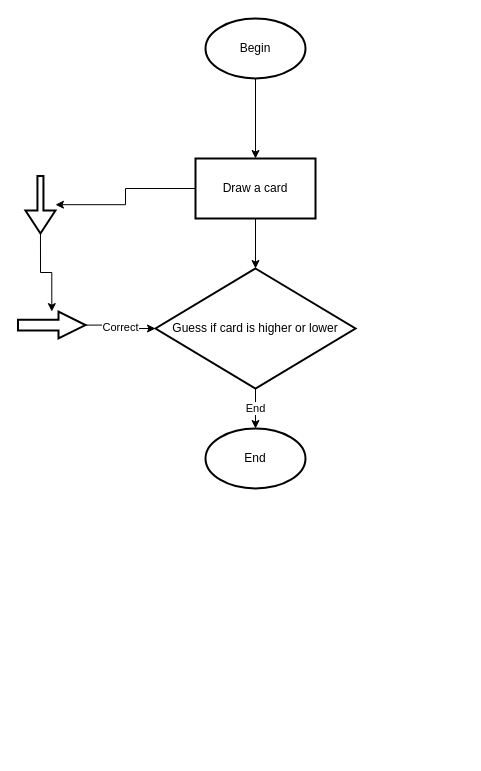
AndrewKretov/Buggiest-Code-In-Existance-Incomming keeps this draw.io diagram as Untitled Diagram.drawio. Above is the earlier version. Source tidied: cells renumbered, new cells numbered last; positions are measured from the earlier drawing's top-left corner, leaving out a move shared by most shapes. Both pictures are drawn from the tidied source at 100%, with x=0, y=0 at pixel (11, 18).
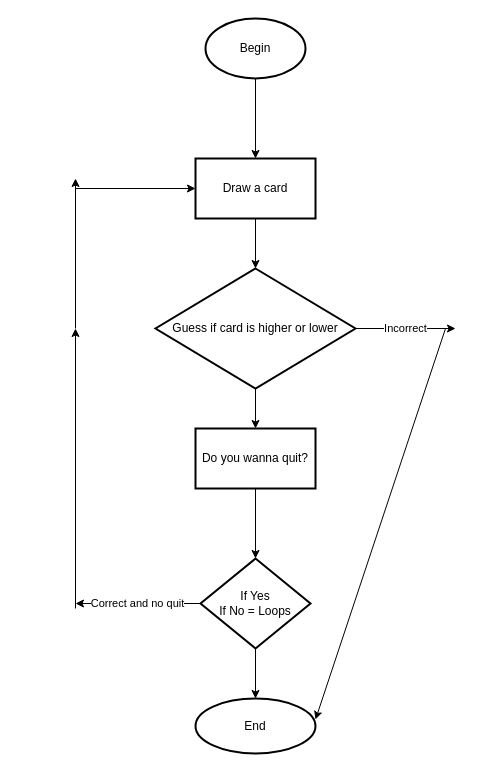
After the change.

The change refers to these unchanged cells:
```xml
<mxCell id="6" value="Draw a card" style="whiteSpace=wrap;html=1;strokeWidth=2;" parent="1" vertex="1">
  <mxGeometry x="184" y="140" width="120" height="60" as="geometry" />
</mxCell>
<mxCell id="8" value="Guess if card is higher or lower" style="rhombus;whiteSpace=wrap;html=1;strokeWidth=2;" parent="1" vertex="1">
  <mxGeometry x="144" y="250" width="200" height="120" as="geometry" />
</mxCell>
```

Change to the diagram source:
```diff
@@
-    <mxCell id="5" style="edgeStyle=orthogonalEdgeStyle;rounded=0;jettySize=auto;html=1;" parent="1" edge="1" source="6" target="11">
-      <mxGeometry relative="1" as="geometry" />
-    </mxCell>
@@
-    <mxCell id="7" value="End" style="edgeStyle=orthogonalEdgeStyle;rounded=0;jettySize=auto;html=1;" parent="1" edge="1" source="8" target="9">
-      <mxGeometry relative="1" as="geometry" />
-    </mxCell>
+    <mxCell id="14" style="edgeStyle=orthogonalEdgeStyle;rounded=0;jettySize=auto;html=1;" parent="1" edge="1" source="8" target="19">
+      <mxGeometry relative="1" as="geometry" />
+    </mxCell>
@@
-    <mxCell id="9" value="End" style="strokeWidth=2;html=1;shape=mxgraph.flowchart.start_1;whiteSpace=wrap;" parent="1" vertex="1">
-      <mxGeometry x="194" y="410" width="100" height="60" as="geometry" />
+    <mxCell id="9" value="End" style="strokeWidth=2;html=1;shape=mxgraph.flowchart.start_1;whiteSpace=wrap;direction=south;" parent="1" vertex="1">
+      <mxGeometry x="184" y="680" width="120" height="55" as="geometry" />
     </mxCell>
-    <mxCell id="10" style="edgeStyle=orthogonalEdgeStyle;rounded=0;jettySize=auto;html=1;" parent="1" edge="1" source="11" target="13">
-      <mxGeometry relative="1" as="geometry" />
-    </mxCell>
-    <mxCell id="11" style="shape=singleArrow;whiteSpace=wrap;html=1;arrowWidth=0.2;arrowSize=0.4;strokeWidth=2;rotation=90;" parent="1" vertex="1">
-      <mxGeometry x="0.2" y="171.2" width="57.5" height="30" as="geometry" />
-    </mxCell>
-    <mxCell id="12" value="Correct" style="edgeStyle=orthogonalEdgeStyle;rounded=0;jettySize=auto;html=1;" parent="1" edge="1" source="13" target="8">
-      <mxGeometry relative="1" as="geometry" />
-    </mxCell>
-    <mxCell id="13" style="shape=singleArrow;whiteSpace=wrap;html=1;arrowWidth=0.4;arrowSize=0.4;strokeWidth=2;" parent="1" vertex="1">
-      <mxGeometry x="6.5" y="293.1" width="67.5" height="26.9" as="geometry" />
-    </mxCell>
+    <mxCell id="15" style="endArrow=classic;html=1;rounded=0;" parent="1" edge="1">
+      <mxGeometry relative="1" as="geometry">
+        <mxPoint x="64" y="310" as="sourcePoint" />
+        <mxPoint x="64" y="160" as="targetPoint" />
+      </mxGeometry>
+    </mxCell>
+    <mxCell id="16" style="endArrow=classic;html=1;rounded=0;entryX=0;entryY=0.5;entryDx=0;entryDy=0;" parent="1" edge="1" target="6">
+      <mxGeometry relative="1" as="geometry">
+        <mxPoint x="64" y="170" as="sourcePoint" />
+      </mxGeometry>
+    </mxCell>
+    <mxCell id="17" value="Incorrect" style="endArrow=classic;html=1;rounded=0;" parent="1" edge="1">
+      <mxGeometry relative="1" as="geometry">
+        <mxPoint x="344" y="310" as="sourcePoint" />
+        <mxPoint x="444" y="310" as="targetPoint" />
+      </mxGeometry>
+    </mxCell>
+    <mxCell id="18" style="edgeStyle=orthogonalEdgeStyle;rounded=0;jettySize=auto;html=1;" parent="1" edge="1" source="19" target="21">
+      <mxGeometry relative="1" as="geometry" />
+    </mxCell>
+    <mxCell id="19" value="Do you wanna quit?" style="whiteSpace=wrap;html=1;strokeWidth=2;" parent="1" vertex="1">
+      <mxGeometry x="184" y="410" width="120" height="60" as="geometry" />
+    </mxCell>
+    <mxCell id="20" style="edgeStyle=orthogonalEdgeStyle;rounded=0;jettySize=auto;html=1;" parent="1" edge="1" source="21" target="9">
+      <mxGeometry relative="1" as="geometry" />
+    </mxCell>
+    <mxCell id="21" value="If Yes&lt;div&gt;If No = Loops&lt;/div&gt;" style="rhombus;whiteSpace=wrap;html=1;strokeWidth=2;" parent="1" vertex="1">
+      <mxGeometry x="189" y="540" width="110" height="90" as="geometry" />
+    </mxCell>
+    <mxCell id="22" value="Correct and no quit" style="endArrow=classic;html=1;rounded=0;exitX=0;exitY=0.5;exitDx=0;exitDy=0;" parent="1" edge="1" source="21">
+      <mxGeometry relative="1" as="geometry">
+        <mxPoint x="64" y="585" as="targetPoint" />
+      </mxGeometry>
+    </mxCell>
+    <mxCell id="23" style="endArrow=classic;html=1;rounded=0;" parent="1" edge="1">
+      <mxGeometry relative="1" as="geometry">
+        <mxPoint x="64" y="590" as="sourcePoint" />
+        <mxPoint x="64" y="310" as="targetPoint" />
+      </mxGeometry>
+    </mxCell>
+    <mxCell id="24" style="endArrow=classic;html=1;rounded=0;entryX=0.382;entryY=0;entryDx=0;entryDy=0;entryPerimeter=0;" parent="1" edge="1" target="9">
+      <mxGeometry relative="1" as="geometry">
+        <mxPoint x="434" y="310" as="sourcePoint" />
+      </mxGeometry>
+    </mxCell>
```
